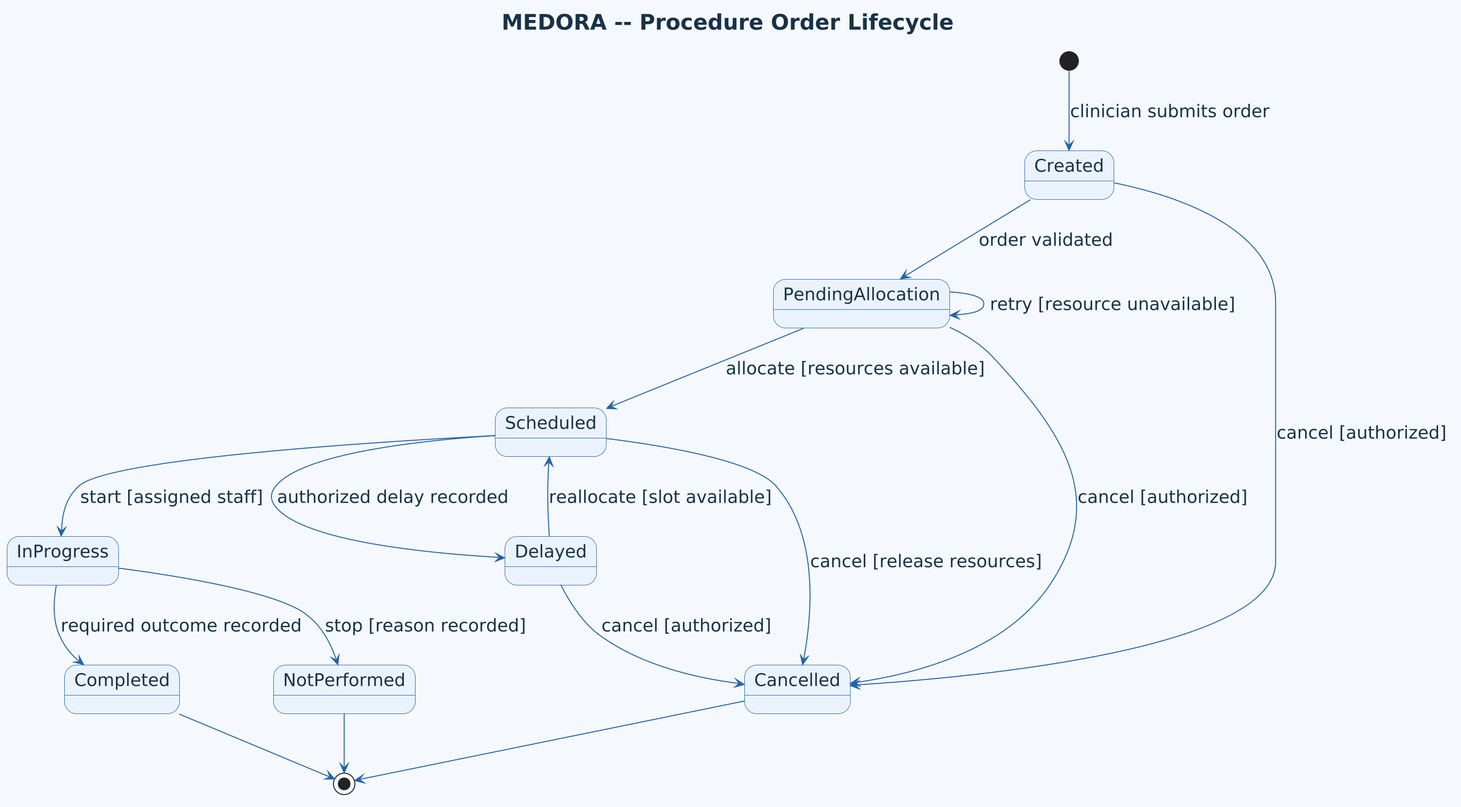
This is doc/asset/05-behavioral-modeling-implementation/behavioral-uml/state-machine-by-entity/figure/procedure-order-lifecycle.png from DucDung-1107/SysDes_2026.1_Group_08, a PlantUML export, as it was before one commit. Source of this version:
```plantuml
@startuml
title MEDORA -- Procedure Order Lifecycle
skinparam shadowing false
skinparam dpi 192
skinparam backgroundColor #F5F9FE
skinparam defaultFontName Arial
skinparam defaultFontColor #183247
skinparam defaultFontSize 18
skinparam titleFontSize 22
skinparam note {
  BackgroundColor #EAF3FB
  BorderColor #2563A6
  FontColor #183247
}
skinparam ArrowColor #2563A6
skinparam state {
  BackgroundColor #EAF3FB
  BorderColor #2563A6
  FontColor #183247
  FontSize 18
  ArrowColor #2563A6
}
[*] --> Created : clinician submits order
Created --> PendingAllocation : order validated
PendingAllocation --> PendingAllocation : retry [resource unavailable]
PendingAllocation --> Scheduled : allocate [resources available]
Scheduled --> InProgress : start [assigned staff]
InProgress --> Completed : required outcome recorded
Scheduled --> Delayed : authorized delay recorded
Delayed --> Scheduled : reallocate [slot available]
Created --> Cancelled : cancel [authorized]
PendingAllocation --> Cancelled : cancel [authorized]
Scheduled --> Cancelled : cancel [release resources]
InProgress --> NotPerformed : stop [reason recorded]
Delayed --> Cancelled : cancel [authorized]
Completed --> [*]
Cancelled --> [*]
NotPerformed --> [*]
@enduml
```
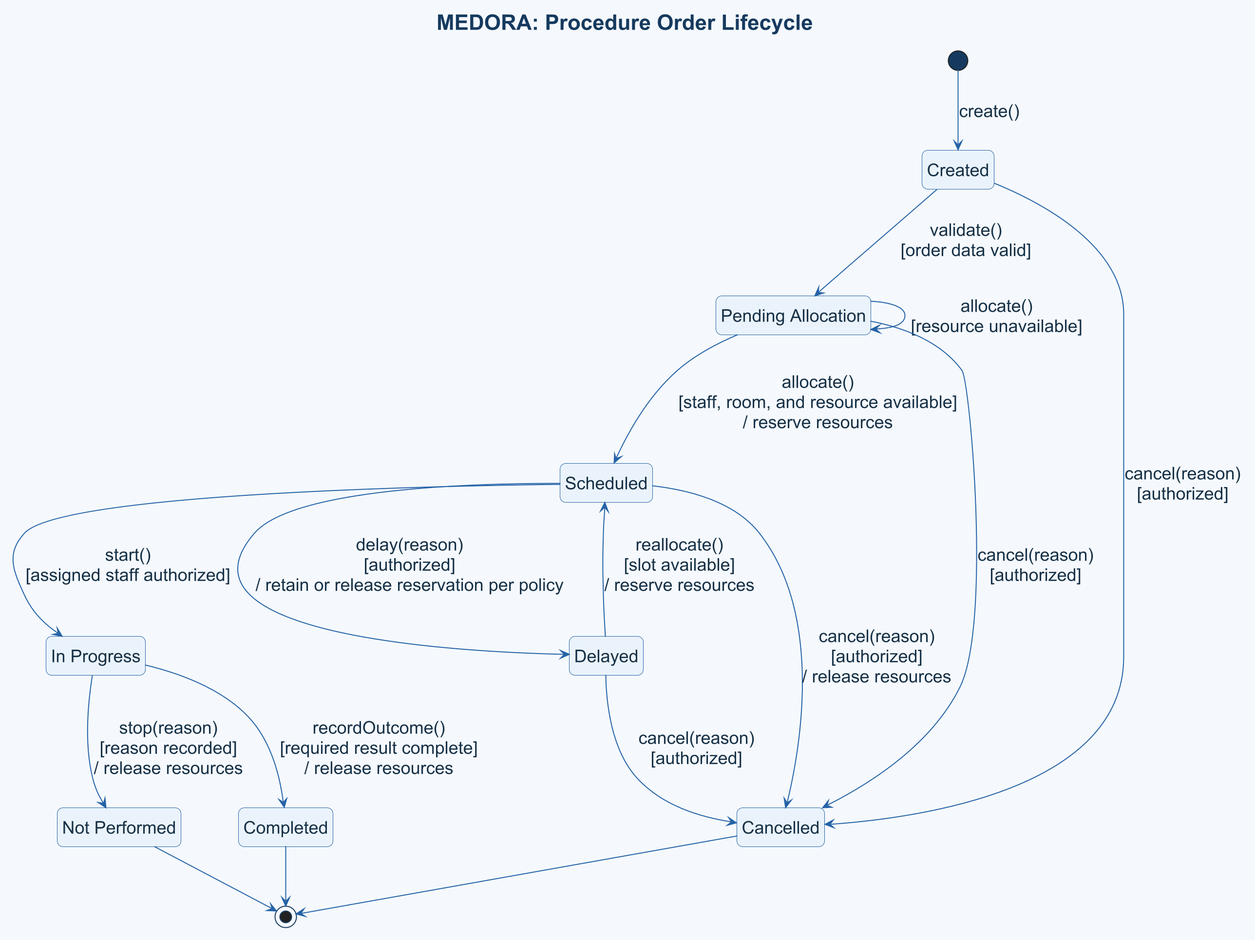
After the change.

Diff of the diagram source:
```diff
@@ -1,38 +1,25 @@
 @startuml
-title MEDORA -- Procedure Order Lifecycle
-skinparam shadowing false
+title MEDORA: Procedure Order Lifecycle
+!include ../../../../shared/templates/medora-style.puml
 skinparam dpi 192
-skinparam backgroundColor #F5F9FE
-skinparam defaultFontName Arial
-skinparam defaultFontColor #183247
 skinparam defaultFontSize 18
 skinparam titleFontSize 22
-skinparam note {
-  BackgroundColor #EAF3FB
-  BorderColor #2563A6
-  FontColor #183247
-}
-skinparam ArrowColor #2563A6
-skinparam state {
-  BackgroundColor #EAF3FB
-  BorderColor #2563A6
-  FontColor #183247
-  FontSize 18
-  ArrowColor #2563A6
-}
-[*] --> Created : clinician submits order
-Created --> PendingAllocation : order validated
-PendingAllocation --> PendingAllocation : retry [resource unavailable]
-PendingAllocation --> Scheduled : allocate [resources available]
-Scheduled --> InProgress : start [assigned staff]
-InProgress --> Completed : required outcome recorded
-Scheduled --> Delayed : authorized delay recorded
-Delayed --> Scheduled : reallocate [slot available]
-Created --> Cancelled : cancel [authorized]
-PendingAllocation --> Cancelled : cancel [authorized]
-Scheduled --> Cancelled : cancel [release resources]
-InProgress --> NotPerformed : stop [reason recorded]
-Delayed --> Cancelled : cancel [authorized]
+state "Pending Allocation" as PendingAllocation
+state "In Progress" as InProgress
+state "Not Performed" as NotPerformed
+[*] --> Created : create()
+Created --> PendingAllocation : validate()\n[order data valid]
+PendingAllocation --> PendingAllocation : allocate()\n[resource unavailable]
+PendingAllocation --> Scheduled : allocate()\n[staff, room, and resource available]\n/ reserve resources
+Scheduled --> InProgress : start()\n[assigned staff authorized]
+InProgress --> Completed : recordOutcome()\n[required result complete]\n/ release resources
+Scheduled --> Delayed : delay(reason)\n[authorized]\n/ retain or release reservation per policy
+Delayed --> Scheduled : reallocate()\n[slot available]\n/ reserve resources
+Created --> Cancelled : cancel(reason)\n[authorized]
+PendingAllocation --> Cancelled : cancel(reason)\n[authorized]
+Scheduled --> Cancelled : cancel(reason)\n[authorized]\n/ release resources
+InProgress --> NotPerformed : stop(reason)\n[reason recorded]\n/ release resources
+Delayed --> Cancelled : cancel(reason)\n[authorized]
 Completed --> [*]
 Cancelled --> [*]
 NotPerformed --> [*]
```
